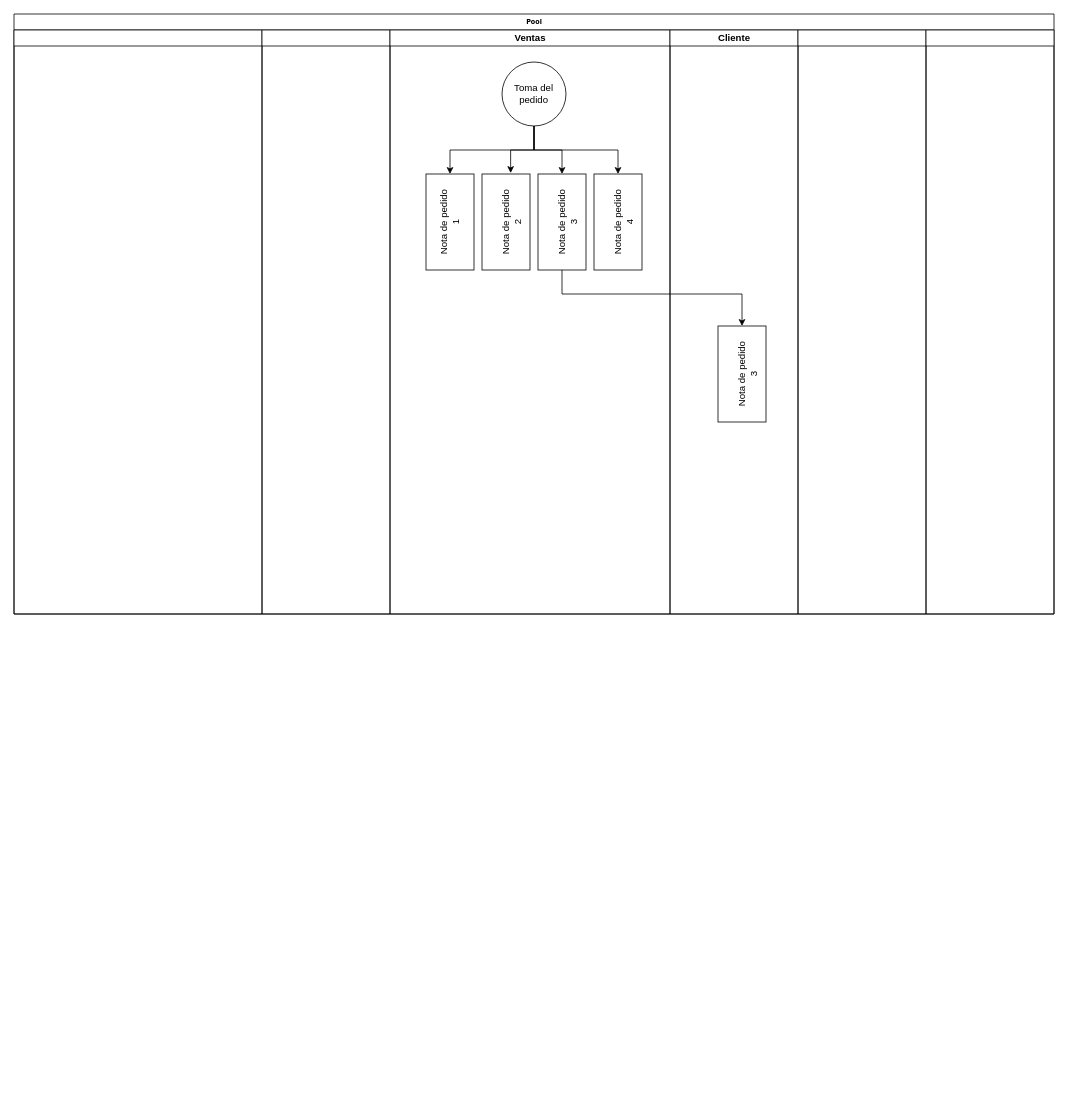
The draw.io diagram Untitled Diagram.drawio in mving/Sistemas-de-informacion, before the edit. Source tidied: cells renumbered, new cells numbered last; positions are measured from the earlier drawing's top-left corner, leaving out a move shared by most shapes. Both pictures are drawn from the tidied source at 80%, with x=0, y=0 at pixel (14, 14).
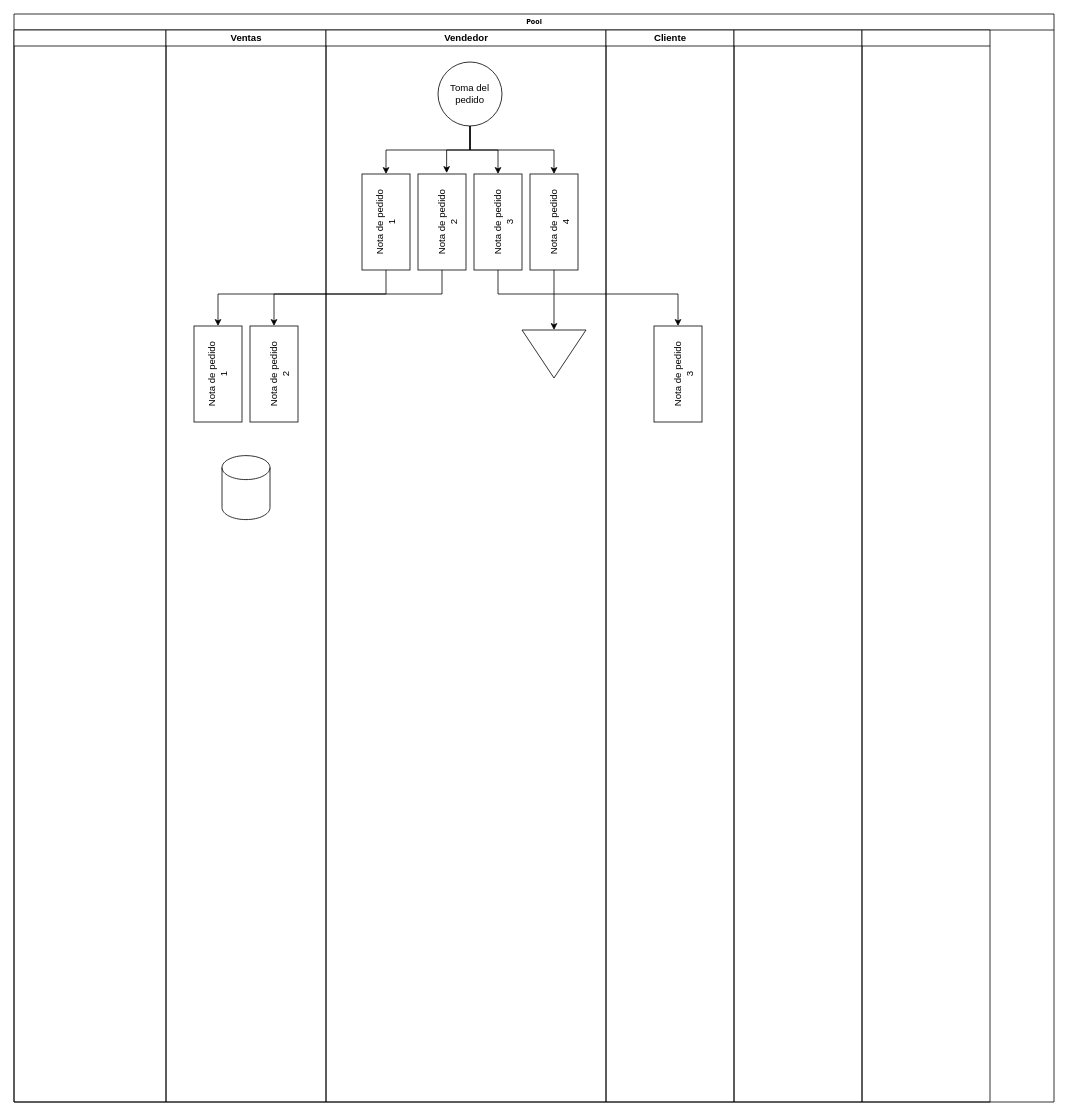
The same page after the edit.

The change refers to these unchanged cells:
```xml
<mxCell id="7" value="Nota de pedido&lt;br&gt;1" style="rounded=0;whiteSpace=wrap;html=1;rotation=-90;" parent="5" vertex="1">
  <mxGeometry x="15" y="210" width="120" height="60" as="geometry" />
</mxCell>
<mxCell id="9" value="&lt;br&gt;&lt;span style=&quot;color: rgb(0 , 0 , 0) ; font-family: &amp;#34;helvetica&amp;#34; ; font-size: 12px ; font-style: normal ; font-weight: 400 ; letter-spacing: normal ; text-align: center ; text-indent: 0px ; text-transform: none ; word-spacing: 0px ; background-color: rgb(255 , 255 , 255) ; display: inline ; float: none&quot;&gt;Nota de pedido&lt;/span&gt;&lt;br&gt;2" style="rounded=0;whiteSpace=wrap;html=1;rotation=-90;" parent="5" vertex="1">
  <mxGeometry x="85" y="210" width="120" height="60" as="geometry" />
</mxCell>
<mxCell id="11" value="&lt;br&gt;&lt;span style=&quot;color: rgb(0 , 0 , 0) ; font-family: &amp;#34;helvetica&amp;#34; ; font-size: 12px ; font-style: normal ; font-weight: 400 ; letter-spacing: normal ; text-align: center ; text-indent: 0px ; text-transform: none ; word-spacing: 0px ; background-color: rgb(255 , 255 , 255) ; display: inline ; float: none&quot;&gt;Nota de pedido&lt;/span&gt;&lt;br&gt;4" style="rounded=0;whiteSpace=wrap;html=1;rotation=-90;" parent="5" vertex="1">
  <mxGeometry x="225" y="210" width="120" height="60" as="geometry" />
</mxCell>
```

Change to the diagram source:
```diff
@@
     <mxCell id="2" value="Pool" style="swimlane;html=1;startSize=20;rounded=0;shadow=0;labelBackgroundColor=none;strokeWidth=1;fontFamily=Verdana;fontSize=8;align=center;" parent="1" vertex="1">
-      <mxGeometry width="1300" height="750" as="geometry" />
+      <mxGeometry width="1300" height="1360" as="geometry" />
     </mxCell>
     <mxCell id="3" style="swimlane;html=1;startSize=20;" parent="2" vertex="1">
-      <mxGeometry y="20" width="310" height="730" as="geometry" />
+      <mxGeometry y="20" width="190" height="1340" as="geometry" />
     </mxCell>
-    <mxCell id="4" style="swimlane;html=1;startSize=20;" parent="2" vertex="1">
-      <mxGeometry x="310" y="20" width="160" height="730" as="geometry" />
+    <mxCell id="4" value="Ventas" style="swimlane;html=1;startSize=20;" parent="2" vertex="1">
+      <mxGeometry x="190" y="20" width="200" height="1340" as="geometry" />
     </mxCell>
+    <mxCell id="20" value="Nota de pedido&lt;br&gt;1" style="rounded=0;whiteSpace=wrap;html=1;rotation=-90;" parent="4" vertex="1">
+      <mxGeometry x="5" y="400" width="120" height="60" as="geometry" />
+    </mxCell>
+    <mxCell id="21" value="&lt;br&gt;&lt;span style=&quot;color: rgb(0 , 0 , 0) ; font-family: &amp;#34;helvetica&amp;#34; ; font-size: 12px ; font-style: normal ; font-weight: 400 ; letter-spacing: normal ; text-align: center ; text-indent: 0px ; text-transform: none ; word-spacing: 0px ; background-color: rgb(255 , 255 , 255) ; display: inline ; float: none&quot;&gt;Nota de pedido&lt;/span&gt;&lt;br&gt;2" style="rounded=0;whiteSpace=wrap;html=1;rotation=-90;" parent="4" vertex="1">
+      <mxGeometry x="75" y="400" width="120" height="60" as="geometry" />
+    </mxCell>
+    <mxCell id="22" style="shape=cylinder3;whiteSpace=wrap;html=1;boundedLbl=1;backgroundOutline=1;size=15;" parent="4" vertex="1">
+      <mxGeometry x="70" y="532" width="60" height="80" as="geometry" />
+    </mxCell>
-    <mxCell id="5" value="Ventas" style="swimlane;html=1;startSize=20;" parent="2" vertex="1">
-      <mxGeometry x="470" y="20" width="350" height="730" as="geometry" />
+    <mxCell id="5" value="Vendedor" style="swimlane;html=1;startSize=20;" parent="2" vertex="1">
+      <mxGeometry x="390" y="20" width="350" height="1340" as="geometry" />
     </mxCell>
@@
+    <mxCell id="23" style="edgeStyle=orthogonalEdgeStyle;rounded=0;jettySize=auto;html=1;entryX=0;entryY=0.5;entryDx=0;entryDy=0;" parent="5" edge="1" source="11" target="24">
+      <mxGeometry relative="1" as="geometry" />
+    </mxCell>
@@
+    <mxCell id="24" style="triangle;whiteSpace=wrap;html=1;rotation=90;" parent="5" vertex="1">
+      <mxGeometry x="255" y="365" width="60" height="80" as="geometry" />
+    </mxCell>
     <mxCell id="15" value="Cliente" style="swimlane;html=1;startSize=20;" parent="2" vertex="1">
-      <mxGeometry x="820" y="20" width="160" height="730" as="geometry" />
+      <mxGeometry x="740" y="20" width="160" height="1340" as="geometry" />
     </mxCell>
@@
     <mxCell id="17" style="swimlane;html=1;startSize=20;" parent="2" vertex="1">
-      <mxGeometry x="980" y="20" width="160" height="730" as="geometry" />
+      <mxGeometry x="900" y="20" width="160" height="1340" as="geometry" />
     </mxCell>
     <mxCell id="18" style="swimlane;html=1;startSize=20;" parent="2" vertex="1">
-      <mxGeometry x="1140" y="20" width="160" height="730" as="geometry" />
+      <mxGeometry x="1060" y="20" width="160" height="1340" as="geometry" />
     </mxCell>
@@
+    <mxCell id="25" style="edgeStyle=orthogonalEdgeStyle;rounded=0;jettySize=auto;html=1;entryX=1;entryY=0.5;entryDx=0;entryDy=0;" parent="2" edge="1" source="7" target="20">
+      <mxGeometry relative="1" as="geometry">
+        <Array as="points">
+          <mxPoint x="465" y="350" />
+          <mxPoint x="255" y="350" />
+        </Array>
+      </mxGeometry>
+    </mxCell>
+    <mxCell id="26" style="edgeStyle=orthogonalEdgeStyle;rounded=0;jettySize=auto;html=1;entryX=1;entryY=0.5;entryDx=0;entryDy=0;" parent="2" edge="1" source="9" target="21">
+      <mxGeometry relative="1" as="geometry">
+        <Array as="points">
+          <mxPoint x="535" y="350" />
+          <mxPoint x="325" y="350" />
+        </Array>
+      </mxGeometry>
+    </mxCell>
```
